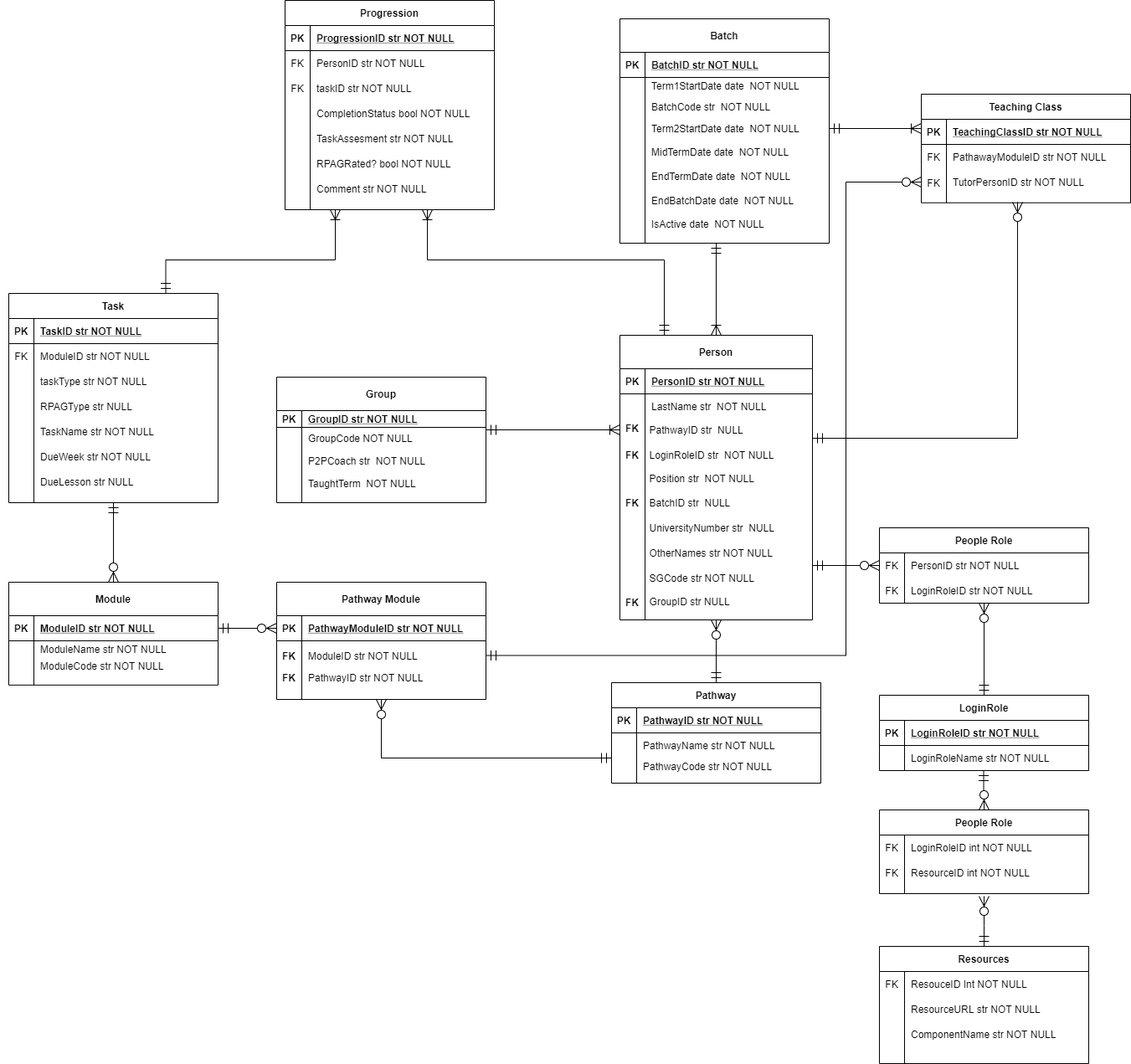
This is 2021/mongodb/HackathonERD.png from JohnAPedagogy/ProgressiveStudentHackathon, a draw.io export, as it was before one commit. Source tidied: cells renumbered, new cells last; positions are measured from the earlier drawing's top-left corner, leaving out a move shared by most shapes.
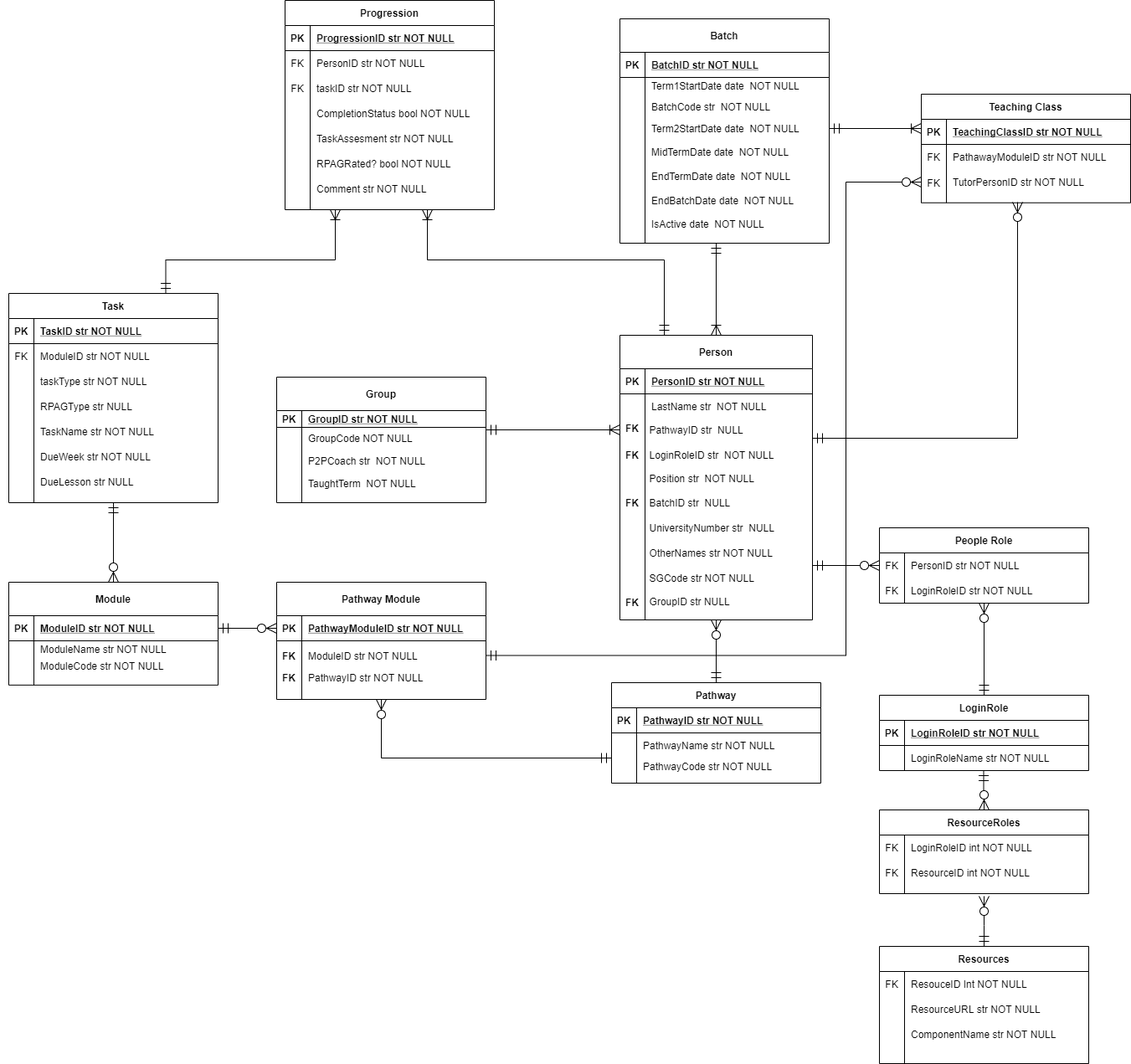
Above is the later version.

Change to the diagram source:
```diff
@@ -523,7 +523,7 @@
     <mxCell id="161" value="PathwayCode str NOT NULL" style="shape=partialRectangle;overflow=hidden;fillColor=none;top=0;left=0;bottom=0;right=0;align=left;spacingLeft=6;" parent="1" vertex="1">
       <mxGeometry x="760" y="900" width="220" height="30" as="geometry" />
     </mxCell>
-    <mxCell id="162" value="People Role" style="shape=table;startSize=30;rowLines=0;fontStyle=1;align=center;" parent="1" vertex="1">
+    <mxCell id="162" value="ResourceRoles" style="shape=table;startSize=30;rowLines=0;fontStyle=1;align=center;" parent="1" vertex="1">
       <mxGeometry x="1050" y="967" width="250" height="100" as="geometry" />
     </mxCell>
     <mxCell id="163" style="shape=partialRectangle;fillColor=none;top=0;left=0;right=0;bottom=0;" parent="162" vertex="1">
```
